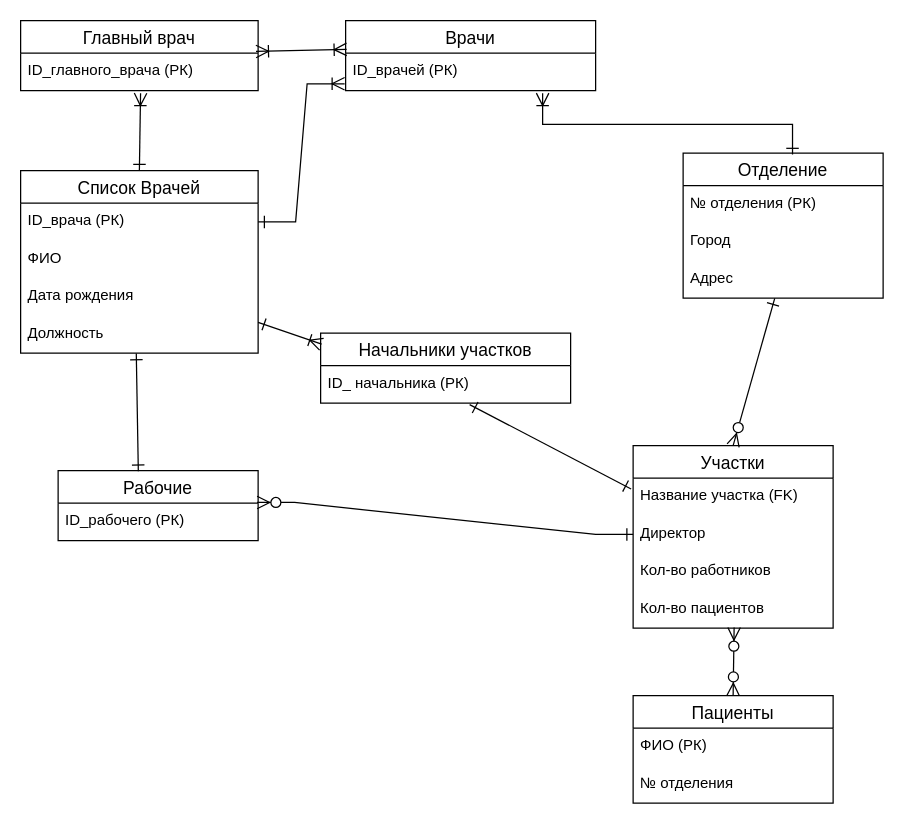
This is Диаграмма без названия.drawio from pathetic01/sql, a draw.io file, before an edit. Source tidied: cells renumbered, new cells numbered last; positions are measured from the earlier drawing's top-left corner, leaving out a move shared by most shapes. Both pictures are drawn from the tidied source at 125%, with x=0, y=0 at pixel (20, 20).
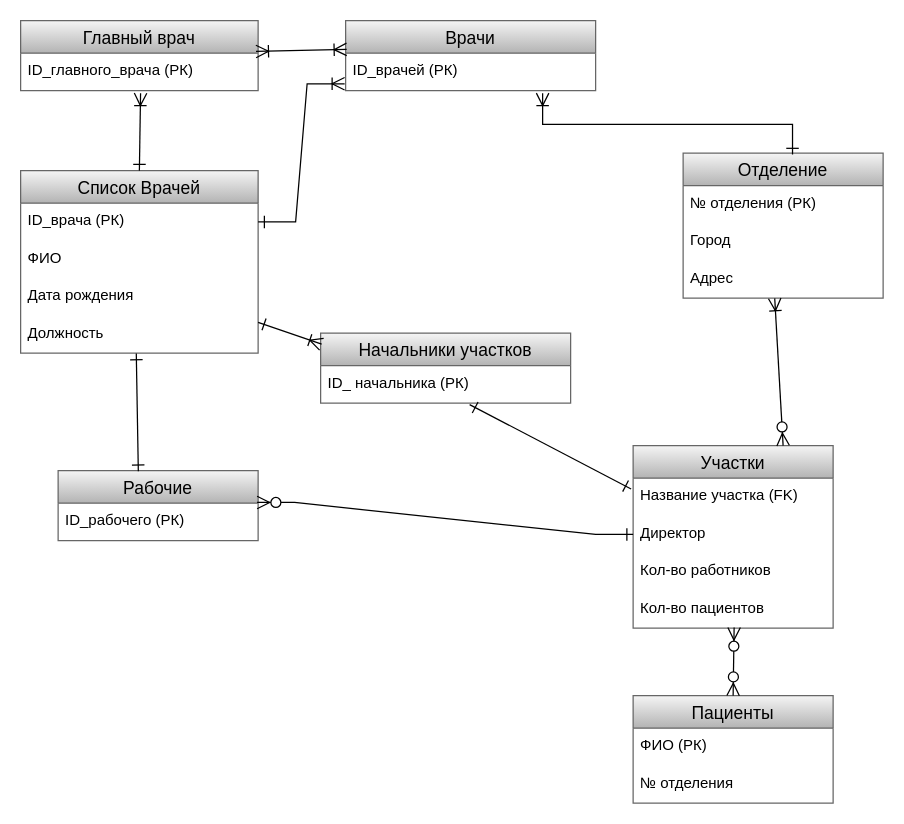
The same page after the edit.

Unchanged cells that the change refers to:
```xml
<mxCell id="16" value="Адрес" style="text;strokeColor=none;fillColor=none;spacingLeft=4;spacingRight=4;overflow=hidden;points=[[0,0.5],[1,0.5]];portConstraint=eastwest;fontSize=12;" parent="13" vertex="1">
  <mxGeometry y="86" width="160" height="30" as="geometry" />
</mxCell>
```

Diff of the diagram source:
```diff
@@
-    <mxCell id="2" value="Главный врач" style="swimlane;fontStyle=0;horizontal=1;startSize=26;align=center;fontSize=14;" parent="1" vertex="1">
+    <mxCell id="2" value="Главный врач" style="swimlane;fontStyle=0;horizontal=1;startSize=26;align=center;fontSize=14;fillColor=#f5f5f5;gradientColor=#b3b3b3;strokeColor=#666666;" parent="1" vertex="1">
       <mxGeometry width="190" height="56" as="geometry" />
     </mxCell>
@@
-    <mxCell id="4" value="Врачи" style="swimlane;fontStyle=0;horizontal=1;startSize=26;align=center;fontSize=14;" parent="1" vertex="1">
+    <mxCell id="4" value="Врачи" style="swimlane;fontStyle=0;horizontal=1;startSize=26;align=center;fontSize=14;fillColor=#f5f5f5;gradientColor=#b3b3b3;strokeColor=#666666;" parent="1" vertex="1">
       <mxGeometry x="260" width="200" height="56" as="geometry" />
     </mxCell>
@@
-    <mxCell id="6" value="Список Врачей" style="swimlane;fontStyle=0;horizontal=1;startSize=26;align=center;fontSize=14;" parent="1" vertex="1">
+    <mxCell id="6" value="Список Врачей" style="swimlane;fontStyle=0;horizontal=1;startSize=26;align=center;fontSize=14;fillColor=#f5f5f5;gradientColor=#b3b3b3;strokeColor=#666666;" parent="1" vertex="1">
       <mxGeometry y="120" width="190" height="146" as="geometry" />
     </mxCell>
@@
-    <mxCell id="11" value="Начальники участков" style="swimlane;fontStyle=0;horizontal=1;startSize=26;align=center;fontSize=14;" parent="1" vertex="1">
+    <mxCell id="11" value="Начальники участков" style="swimlane;fontStyle=0;horizontal=1;startSize=26;align=center;fontSize=14;fillColor=#f5f5f5;gradientColor=#b3b3b3;strokeColor=#666666;" parent="1" vertex="1">
       <mxGeometry x="240" y="250" width="200" height="56" as="geometry" />
     </mxCell>
@@
-    <mxCell id="13" value="Отделение" style="swimlane;fontStyle=0;horizontal=1;startSize=26;align=center;fontSize=14;" parent="1" vertex="1">
+    <mxCell id="13" value="Отделение" style="swimlane;fontStyle=0;horizontal=1;startSize=26;align=center;fontSize=14;fillColor=#f5f5f5;gradientColor=#b3b3b3;strokeColor=#666666;" parent="1" vertex="1">
       <mxGeometry x="530" y="106" width="160" height="116" as="geometry" />
     </mxCell>
@@
-    <mxCell id="17" value="Рабочие" style="swimlane;fontStyle=0;horizontal=1;startSize=26;align=center;fontSize=14;" parent="1" vertex="1">
+    <mxCell id="17" value="Рабочие" style="swimlane;fontStyle=0;horizontal=1;startSize=26;align=center;fontSize=14;fillColor=#f5f5f5;gradientColor=#b3b3b3;strokeColor=#666666;" parent="1" vertex="1">
       <mxGeometry x="30" y="360" width="160" height="56" as="geometry" />
     </mxCell>
@@
-    <mxCell id="19" value="Участки" style="swimlane;fontStyle=0;horizontal=1;startSize=26;align=center;fontSize=14;" parent="1" vertex="1">
+    <mxCell id="19" value="Участки" style="swimlane;fontStyle=0;horizontal=1;startSize=26;align=center;fontSize=14;fillColor=#f5f5f5;gradientColor=#b3b3b3;strokeColor=#666666;" parent="1" vertex="1">
       <mxGeometry x="490" y="340" width="160" height="146" as="geometry" />
     </mxCell>
@@
-    <mxCell id="24" value="Пациенты" style="swimlane;fontStyle=0;horizontal=1;startSize=26;align=center;fontSize=14;" parent="1" vertex="1">
+    <mxCell id="24" value="Пациенты" style="swimlane;fontStyle=0;horizontal=1;startSize=26;align=center;fontSize=14;fillColor=#f5f5f5;gradientColor=#b3b3b3;strokeColor=#666666;" parent="1" vertex="1">
       <mxGeometry x="490" y="540" width="160" height="86" as="geometry" />
     </mxCell>
@@
-    <mxCell id="34" style="fontSize=12;html=1;endArrow=ERzeroToMany;startArrow=ERone;rounded=0;startSize=8;endSize=8;sourcePerimeterSpacing=9;targetPerimeterSpacing=9;jumpSize=6;entryX=0.5;entryY=0;entryDx=0;entryDy=0;exitX=0.458;exitY=1.006;exitDx=0;exitDy=0;startFill=0;exitPerimeter=0;" parent="1" edge="1" source="16" target="19">
+    <mxCell id="34" style="fontSize=12;html=1;endArrow=ERzeroToMany;startArrow=ERoneToMany;rounded=0;startSize=8;endSize=8;sourcePerimeterSpacing=9;targetPerimeterSpacing=9;jumpSize=6;entryX=0.75;entryY=0;entryDx=0;entryDy=0;exitX=0.458;exitY=1.006;exitDx=0;exitDy=0;startFill=0;exitPerimeter=0;" parent="1" edge="1" source="16" target="19">
       <mxGeometry relative="1" as="geometry" />
     </mxCell>
```
